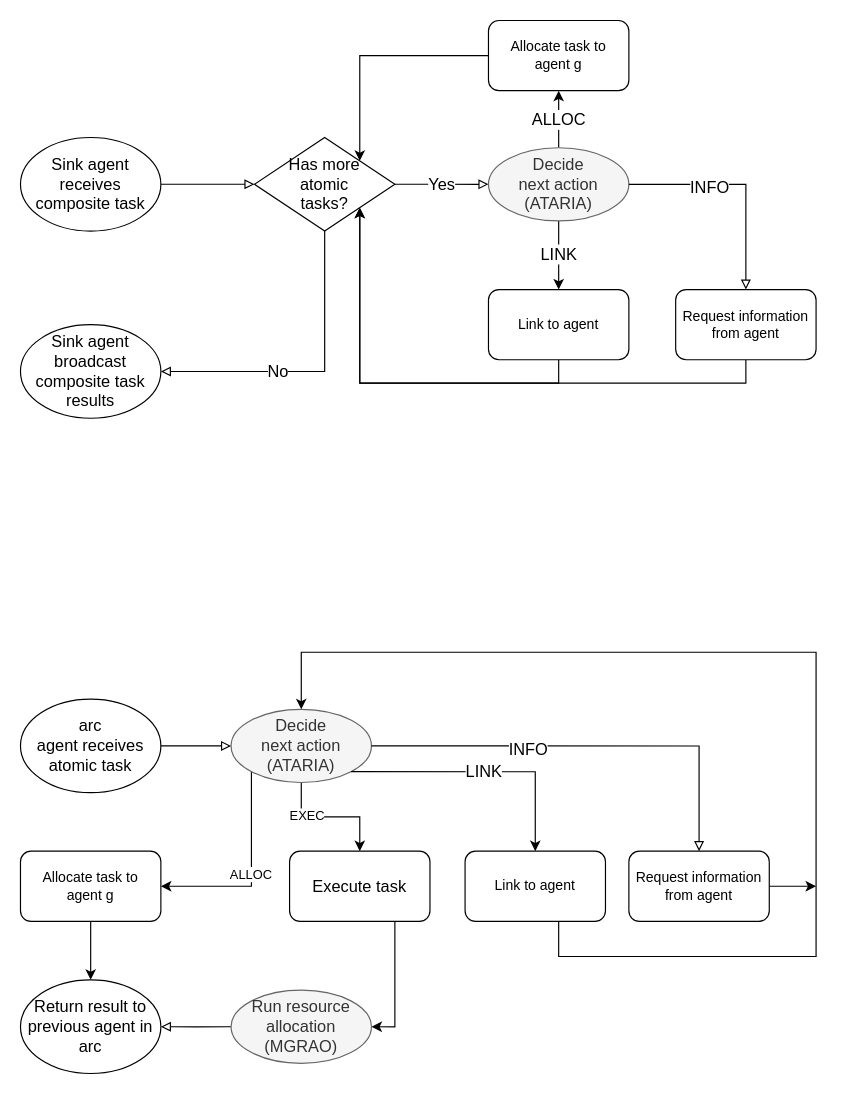
Above: source/algorithm-flow.drawio in sevenmachines/els_energy_optimisation_and_adaptive_coverage_in_wsn_systems (draw.io), before the change. Source tidied: cells renumbered, new cells numbered last; positions are measured from the earlier drawing's top-left corner, leaving out a move shared by most shapes. Both pictures are drawn from the tidied source at 117%, with x=0, y=0 at pixel (20, 20).
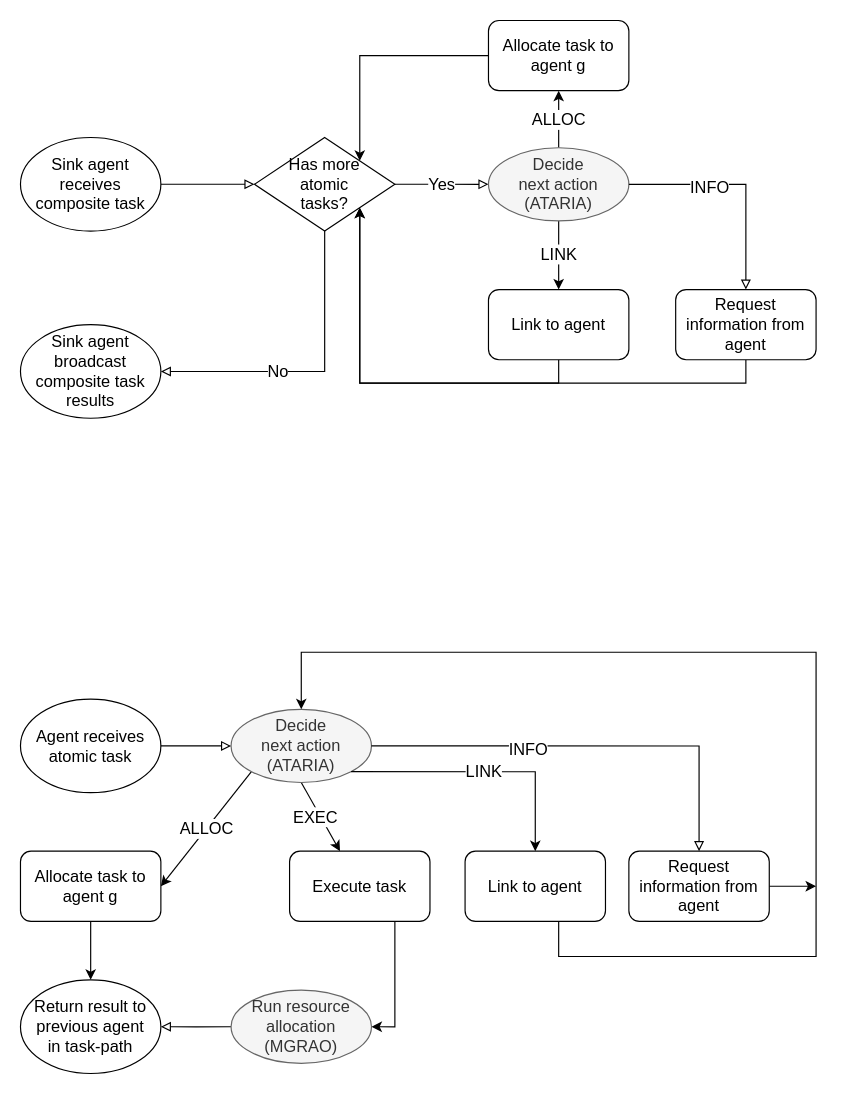
After the change.

Commit message (it also covers changes not shown here):
Remove arcs from diagrams and replace with task-paths

The change refers to these unchanged cells:
```xml
<mxCell id="19" value="Execute task" style="rounded=1;whiteSpace=wrap;html=1;fontSize=14;" parent="1" vertex="1">
  <mxGeometry x="230" y="710" width="120" height="60" as="geometry" />
</mxCell>
```

Change to the diagram source:
```diff
@@
-    <mxCell id="7" value="Decide&lt;br&gt;next action (ATARIA)" style="ellipse;whiteSpace=wrap;html=1;fillColor=#f5f5f5;strokeColor=#666666;fontColor=#333333;fontStyle=0;fontSize=14;" parent="1" vertex="1">
+    <mxCell id="7" value="Decide&lt;br style=&quot;font-size: 14px;&quot;&gt;next action (ATARIA)" style="ellipse;whiteSpace=wrap;html=1;fillColor=#f5f5f5;strokeColor=#666666;fontColor=#333333;fontStyle=0;fontSize=14;" parent="1" vertex="1">
       <mxGeometry x="400" y="108.8" width="120" height="62.5" as="geometry" />
     </mxCell>
@@
-    <mxCell id="9" value="Has more&lt;br&gt;atomic&lt;br&gt;tasks?" style="rhombus;whiteSpace=wrap;html=1;fontSize=14;" parent="1" vertex="1">
+    <mxCell id="9" value="Has more&lt;br style=&quot;font-size: 14px;&quot;&gt;atomic&lt;br style=&quot;font-size: 14px;&quot;&gt;tasks?" style="rhombus;whiteSpace=wrap;html=1;fontSize=14;" parent="1" vertex="1">
       <mxGeometry x="200" y="100" width="120" height="80" as="geometry" />
     </mxCell>
@@
-    <mxCell id="11" value="arc&lt;br&gt;agent receives atomic task" style="ellipse;whiteSpace=wrap;html=1;fontSize=14;" parent="1" vertex="1">
+    <mxCell id="11" value="Agent receives atomic task" style="ellipse;whiteSpace=wrap;html=1;fontSize=14;" parent="1" vertex="1">
       <mxGeometry y="580" width="120" height="80" as="geometry" />
     </mxCell>
-    <mxCell id="12" value="ALLOC" style="edgeStyle=orthogonalEdgeStyle;rounded=0;jettySize=auto;html=1;entryX=1;entryY=0.5;entryDx=0;entryDy=0;exitX=0;exitY=1;exitDx=0;exitDy=0;" parent="1" edge="1" source="15" target="21">
-      <mxGeometry relative="1" as="geometry">
-        <Array as="points">
-          <mxPoint x="197" y="740" />
-        </Array>
-      </mxGeometry>
+    <mxCell id="12" value="ALLOC" style="rounded=0;jettySize=auto;html=1;entryX=1;entryY=0.5;entryDx=0;entryDy=0;exitX=0;exitY=1;exitDx=0;exitDy=0;fontSize=14;" parent="1" edge="1" source="15" target="21">
+      <mxGeometry relative="1" as="geometry" />
     </mxCell>
-    <mxCell id="13" style="edgeStyle=orthogonalEdgeStyle;rounded=0;jettySize=auto;html=1;exitX=0.5;exitY=1;exitDx=0;exitDy=0;" parent="1" edge="1" source="15" target="19">
+    <mxCell id="13" style="rounded=0;jettySize=auto;html=1;exitX=0.5;exitY=1;exitDx=0;exitDy=0;fontSize=14;" parent="1" edge="1" source="15" target="19">
       <mxGeometry relative="1" as="geometry" />
     </mxCell>
-    <mxCell id="14" value="EXEC" style="edgeLabel;html=1;align=center;verticalAlign=middle;" parent="13" vertex="1">
-      <mxGeometry x="-0.37" y="1" relative="1" as="geometry" />
+    <mxCell id="14" value="EXEC" style="edgeLabel;html=1;align=center;verticalAlign=middle;fontSize=14;" parent="13" vertex="1">
+      <mxGeometry x="-0.37" y="1" relative="1" as="geometry">
+        <mxPoint y="10.9" as="offset" />
+      </mxGeometry>
     </mxCell>
-    <mxCell id="15" value="Decide&lt;br&gt;next action (ATARIA)" style="ellipse;whiteSpace=wrap;html=1;fillColor=#f5f5f5;strokeColor=#666666;fontColor=#333333;fontStyle=0;fontSize=14;" parent="1" vertex="1">
+    <mxCell id="15" value="Decide&lt;br style=&quot;font-size: 14px;&quot;&gt;next action (ATARIA)" style="ellipse;whiteSpace=wrap;html=1;fillColor=#f5f5f5;strokeColor=#666666;fontColor=#333333;fontStyle=0;fontSize=14;" parent="1" vertex="1">
       <mxGeometry x="180" y="588.8" width="120" height="62.5" as="geometry" />
     </mxCell>
@@
-    <mxCell id="17" value="Return result to previous agent in arc" style="ellipse;whiteSpace=wrap;html=1;fontSize=14;" parent="1" vertex="1">
+    <mxCell id="17" value="Return result to previous agent in&amp;nbsp;&lt;span style=&quot;text-align: left; font-size: 14px;&quot;&gt;task-path&lt;/span&gt;" style="ellipse;whiteSpace=wrap;html=1;fontSize=14;" parent="1" vertex="1">
       <mxGeometry y="820" width="120" height="80" as="geometry" />
     </mxCell>
-    <mxCell id="18" style="edgeStyle=orthogonalEdgeStyle;rounded=0;jettySize=auto;html=1;exitX=0.75;exitY=1;exitDx=0;exitDy=0;entryX=1;entryY=0.5;entryDx=0;entryDy=0;" parent="1" edge="1" source="19" target="30">
+    <mxCell id="18" style="edgeStyle=orthogonalEdgeStyle;rounded=0;jettySize=auto;html=1;exitX=0.75;exitY=1;exitDx=0;exitDy=0;entryX=1;entryY=0.5;entryDx=0;entryDy=0;fontSize=14;" parent="1" edge="1" source="19" target="30">
       <mxGeometry relative="1" as="geometry" />
     </mxCell>
@@
-    <mxCell id="20" style="edgeStyle=orthogonalEdgeStyle;rounded=0;jettySize=auto;html=1;entryX=0.5;entryY=0;entryDx=0;entryDy=0;" parent="1" edge="1" source="21" target="17">
+    <mxCell id="20" style="edgeStyle=orthogonalEdgeStyle;rounded=0;jettySize=auto;html=1;entryX=0.5;entryY=0;entryDx=0;entryDy=0;fontSize=14;" parent="1" edge="1" source="21" target="17">
       <mxGeometry relative="1" as="geometry" />
     </mxCell>
-    <mxCell id="21" value="Allocate task to&lt;br&gt;agent g" style="rounded=1;whiteSpace=wrap;html=1;" parent="1" vertex="1">
+    <mxCell id="21" value="Allocate task to&lt;br style=&quot;font-size: 14px;&quot;&gt;agent g" style="rounded=1;whiteSpace=wrap;html=1;fontSize=14;" parent="1" vertex="1">
       <mxGeometry y="710" width="120" height="60" as="geometry" />
     </mxCell>
@@
-    <mxCell id="23" value="Request information from agent" style="rounded=1;whiteSpace=wrap;html=1;" parent="1" vertex="1">
+    <mxCell id="23" value="Request information from agent" style="rounded=1;whiteSpace=wrap;html=1;fontSize=14;" parent="1" vertex="1">
       <mxGeometry x="560" y="230" width="120" height="60" as="geometry" />
     </mxCell>
@@
-    <mxCell id="27" value="Link to agent" style="rounded=1;whiteSpace=wrap;html=1;" parent="1" vertex="1">
+    <mxCell id="27" value="Link to agent" style="rounded=1;whiteSpace=wrap;html=1;fontSize=14;" parent="1" vertex="1">
       <mxGeometry x="400" y="230" width="120" height="60" as="geometry" />
     </mxCell>
@@
-    <mxCell id="29" value="Allocate task to&lt;br&gt;agent g" style="rounded=1;whiteSpace=wrap;html=1;" parent="1" vertex="1">
+    <mxCell id="29" value="Allocate task to&lt;br style=&quot;font-size: 14px;&quot;&gt;agent g" style="rounded=1;whiteSpace=wrap;html=1;fontSize=14;" parent="1" vertex="1">
       <mxGeometry x="400" width="120" height="60" as="geometry" />
     </mxCell>
-    <mxCell id="30" value="Run resource allocation&lt;br style=&quot;font-size: 14px&quot;&gt;(MGRAO)" style="ellipse;whiteSpace=wrap;html=1;fillColor=#f5f5f5;strokeColor=#666666;fontColor=#333333;fontStyle=0;fontSize=14;" parent="1" vertex="1">
+    <mxCell id="30" value="Run resource allocation&lt;br style=&quot;font-size: 14px;&quot;&gt;(MGRAO)" style="ellipse;whiteSpace=wrap;html=1;fillColor=#f5f5f5;strokeColor=#666666;fontColor=#333333;fontStyle=0;fontSize=14;" parent="1" vertex="1">
       <mxGeometry x="180" y="828.8" width="120" height="62.5" as="geometry" />
     </mxCell>
@@
-    <mxCell id="33" style="edgeStyle=orthogonalEdgeStyle;rounded=0;jettySize=auto;html=1;" parent="1" edge="1" source="34">
+    <mxCell id="33" style="edgeStyle=orthogonalEdgeStyle;rounded=0;jettySize=auto;html=1;fontSize=14;" parent="1" edge="1" source="34">
       <mxGeometry relative="1" as="geometry">
         <mxPoint x="680" y="740" as="targetPoint" />
       </mxGeometry>
     </mxCell>
-    <mxCell id="34" value="Request information from agent" style="rounded=1;whiteSpace=wrap;html=1;" parent="1" vertex="1">
+    <mxCell id="34" value="Request information from agent" style="rounded=1;whiteSpace=wrap;html=1;fontSize=14;" parent="1" vertex="1">
       <mxGeometry x="520" y="710" width="120" height="60" as="geometry" />
     </mxCell>
@@
-    <mxCell id="37" style="edgeStyle=orthogonalEdgeStyle;rounded=0;jettySize=auto;html=1;exitX=0.5;exitY=1;exitDx=0;exitDy=0;entryX=0.5;entryY=0;entryDx=0;entryDy=0;" parent="1" edge="1" source="38" target="15">
+    <mxCell id="37" style="edgeStyle=orthogonalEdgeStyle;rounded=0;jettySize=auto;html=1;exitX=0.5;exitY=1;exitDx=0;exitDy=0;entryX=0.5;entryY=0;entryDx=0;entryDy=0;fontSize=14;" parent="1" edge="1" source="38" target="15">
       <mxGeometry relative="1" as="geometry">
         <Array as="points">
           <mxPoint x="460" y="770" />
           <mxPoint x="460" y="800" />
           <mxPoint x="680" y="800" />
           <mxPoint x="680" y="540" />
           <mxPoint x="240" y="540" />
         </Array>
       </mxGeometry>
     </mxCell>
-    <mxCell id="38" value="Link to agent" style="rounded=1;whiteSpace=wrap;html=1;" parent="1" vertex="1">
+    <mxCell id="38" value="Link to agent" style="rounded=1;whiteSpace=wrap;html=1;fontSize=14;" parent="1" vertex="1">
       <mxGeometry x="380" y="710" width="120" height="60" as="geometry" />
     </mxCell>
```
